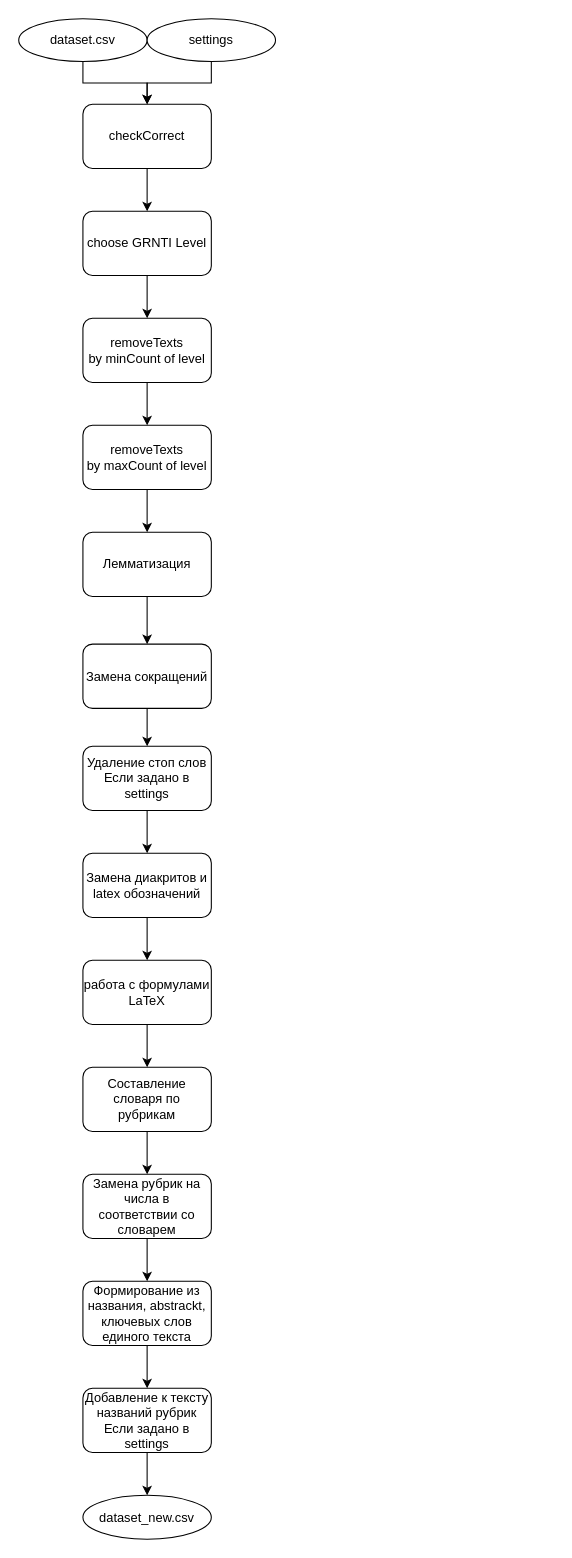
The draw.io diagram page "Предобработка" (2 of 5) of architecture.drawio in vvzunin/GRNTIClass, before the edit. Source tidied: cells renumbered, new cells numbered last; positions are measured from the earlier drawing's top-left corner, leaving out a move shared by most shapes. Both pictures are drawn from the tidied source at 107%, with x=0, y=0 at pixel (18, 18).
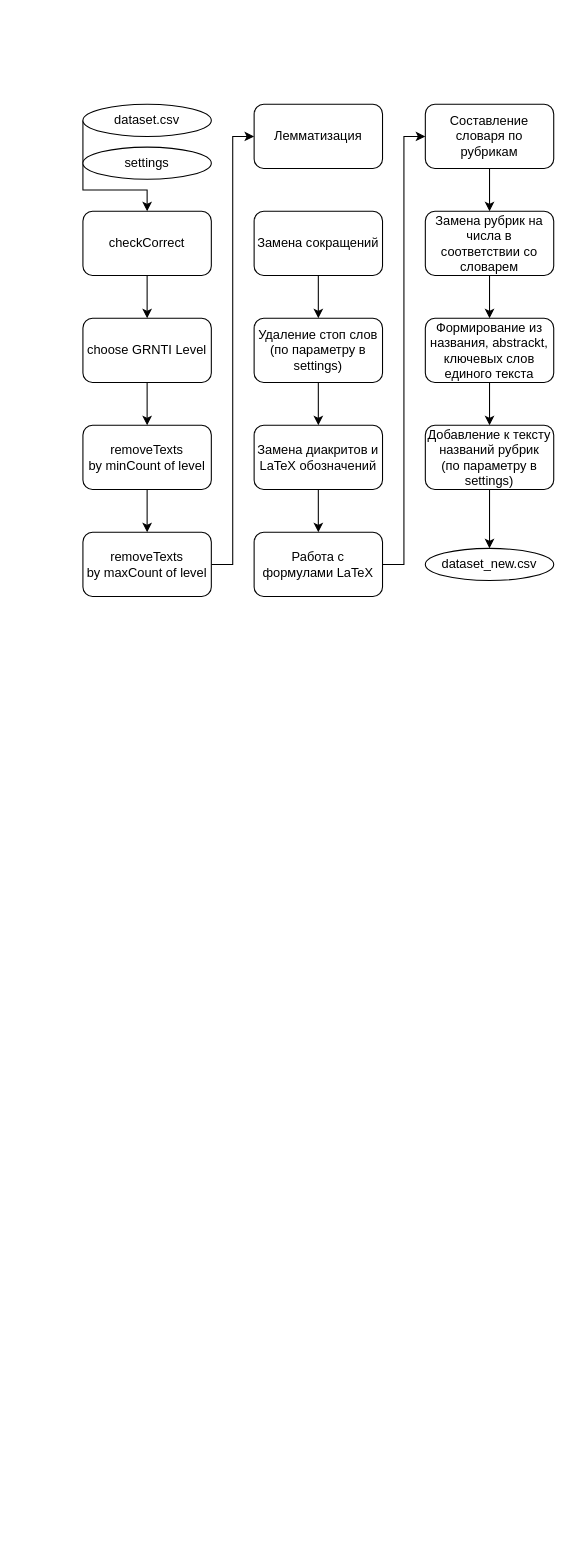
After the change.

Diff of the diagram source:
```diff
@@
     <mxCell id="3" value="checkCorrect" style="rounded=1;whiteSpace=wrap;html=1;" parent="1" vertex="1">
-      <mxGeometry x="60" y="80" width="120" height="60" as="geometry" />
+      <mxGeometry x="60" y="180" width="120" height="60" as="geometry" />
     </mxCell>
     <mxCell id="4" style="edgeStyle=orthogonalEdgeStyle;rounded=0;jettySize=auto;html=1;" parent="1" edge="1" source="5" target="3">
-      <mxGeometry relative="1" as="geometry" />
+      <mxGeometry relative="1" as="geometry">
+        <Array as="points">
+          <mxPoint x="60" y="160" />
+          <mxPoint x="120" y="160" />
+        </Array>
+      </mxGeometry>
     </mxCell>
     <mxCell id="5" value="dataset.csv" style="ellipse;whiteSpace=wrap;html=1;" parent="1" vertex="1">
-      <mxGeometry width="120" height="40" as="geometry" />
+      <mxGeometry x="60" y="80" width="120" height="30" as="geometry" />
     </mxCell>
@@
     <mxCell id="7" value="choose GRNTI Level" style="rounded=1;whiteSpace=wrap;html=1;" parent="1" vertex="1">
-      <mxGeometry x="60" y="180" width="120" height="60" as="geometry" />
+      <mxGeometry x="60" y="280" width="120" height="60" as="geometry" />
     </mxCell>
@@
     <mxCell id="9" value="removeTexts&lt;div&gt;by minCount of level&lt;/div&gt;" style="rounded=1;whiteSpace=wrap;html=1;" parent="1" vertex="1">
-      <mxGeometry x="60" y="280" width="120" height="60" as="geometry" />
+      <mxGeometry x="60" y="380" width="120" height="60" as="geometry" />
     </mxCell>
     <mxCell id="10" style="edgeStyle=orthogonalEdgeStyle;rounded=0;jettySize=auto;html=1;" parent="1" edge="1" source="11" target="13">
-      <mxGeometry relative="1" as="geometry" />
+      <mxGeometry relative="1" as="geometry">
+        <Array as="points">
+          <mxPoint x="200" y="510" />
+          <mxPoint x="200" y="110" />
+        </Array>
+      </mxGeometry>
     </mxCell>
     <mxCell id="11" value="removeTexts&lt;div&gt;by maxCount of level&lt;/div&gt;" style="rounded=1;whiteSpace=wrap;html=1;" parent="1" vertex="1">
-      <mxGeometry x="60" y="380" width="120" height="60" as="geometry" />
+      <mxGeometry x="60" y="480" width="120" height="60" as="geometry" />
     </mxCell>
-    <mxCell id="12" style="edgeStyle=orthogonalEdgeStyle;rounded=0;jettySize=auto;html=1;" parent="1" edge="1" source="13" target="15">
-      <mxGeometry relative="1" as="geometry" />
-    </mxCell>
     <mxCell id="13" value="Лемматизация" style="rounded=1;whiteSpace=wrap;html=1;" parent="1" vertex="1">
-      <mxGeometry x="60" y="480" width="120" height="60" as="geometry" />
+      <mxGeometry x="220" y="80" width="120" height="60" as="geometry" />
     </mxCell>
@@
     <mxCell id="15" value="Замена сокращений" style="rounded=1;whiteSpace=wrap;html=1;" parent="1" vertex="1">
-      <mxGeometry x="60" y="584.5" width="120" height="60" as="geometry" />
+      <mxGeometry x="220" y="180" width="120" height="60" as="geometry" />
     </mxCell>
@@
-    <mxCell id="17" value="Удаление стоп слов&lt;div&gt;Если задано в settings&lt;/div&gt;" style="rounded=1;whiteSpace=wrap;html=1;" parent="1" vertex="1">
-      <mxGeometry x="60" y="680" width="120" height="60" as="geometry" />
+    <mxCell id="17" value="Удаление стоп слов&lt;div&gt;(по параметру в settings)&lt;/div&gt;" style="rounded=1;whiteSpace=wrap;html=1;" parent="1" vertex="1">
+      <mxGeometry x="220" y="280" width="120" height="60" as="geometry" />
     </mxCell>
     <mxCell id="18" style="edgeStyle=orthogonalEdgeStyle;rounded=0;jettySize=auto;html=1;" parent="1" edge="1" source="19" target="21">
-      <mxGeometry relative="1" as="geometry" />
+      <mxGeometry relative="1" as="geometry">
+        <Array as="points">
+          <mxPoint x="440" y="140" />
+          <mxPoint x="440" y="140" />
+        </Array>
+      </mxGeometry>
     </mxCell>
     <mxCell id="19" value="Составление словаря по рубрикам" style="rounded=1;whiteSpace=wrap;html=1;" parent="1" vertex="1">
-      <mxGeometry x="60" y="980" width="120" height="60" as="geometry" />
+      <mxGeometry x="380" y="80" width="120" height="60" as="geometry" />
     </mxCell>
@@
     <mxCell id="21" value="Замена рубрик на числа в соответствии со словарем" style="rounded=1;whiteSpace=wrap;html=1;" parent="1" vertex="1">
-      <mxGeometry x="60" y="1080" width="120" height="60" as="geometry" />
+      <mxGeometry x="380" y="180" width="120" height="60" as="geometry" />
     </mxCell>
@@
     <mxCell id="23" value="Формирование из названия, abstrackt, ключевых слов единого текста" style="rounded=1;whiteSpace=wrap;html=1;" parent="1" vertex="1">
-      <mxGeometry x="60" y="1180" width="120" height="60" as="geometry" />
+      <mxGeometry x="380" y="280" width="120" height="60" as="geometry" />
     </mxCell>
@@
-    <mxCell id="25" value="Добавление к тексту названий рубрик&lt;div&gt;Если задано в settings&lt;/div&gt;" style="rounded=1;whiteSpace=wrap;html=1;" parent="1" vertex="1">
-      <mxGeometry x="60" y="1280" width="120" height="60" as="geometry" />
+    <mxCell id="25" value="Добавление к тексту названий рубрик&lt;div&gt;(по параметру в settings)&lt;br&gt;&lt;/div&gt;" style="rounded=1;whiteSpace=wrap;html=1;" parent="1" vertex="1">
+      <mxGeometry x="380" y="380" width="120" height="60" as="geometry" />
     </mxCell>
     <mxCell id="26" value="dataset_new.csv" style="ellipse;whiteSpace=wrap;html=1;" parent="1" vertex="1">
-      <mxGeometry x="60" y="1380" width="120" height="41" as="geometry" />
+      <mxGeometry x="380" y="495" width="120" height="30" as="geometry" />
     </mxCell>
-    <mxCell id="27" style="edgeStyle=orthogonalEdgeStyle;rounded=0;jettySize=auto;html=1;" parent="1" edge="1" source="28" target="3">
-      <mxGeometry relative="1" as="geometry" />
-    </mxCell>
     <mxCell id="28" value="settings" style="ellipse;whiteSpace=wrap;html=1;" parent="1" vertex="1">
-      <mxGeometry x="120" width="120" height="40" as="geometry" />
+      <mxGeometry x="60" y="120" width="120" height="30" as="geometry" />
     </mxCell>
@@
-    <mxCell id="30" value="Замена диакритов и latex обозначений" style="rounded=1;whiteSpace=wrap;html=1;" parent="1" vertex="1">
-      <mxGeometry x="60" y="780" width="120" height="60" as="geometry" />
+    <mxCell id="30" value="Замена диакритов и LaTeX обозначений" style="rounded=1;whiteSpace=wrap;html=1;" parent="1" vertex="1">
+      <mxGeometry x="220" y="380" width="120" height="60" as="geometry" />
     </mxCell>
     <mxCell id="31" style="edgeStyle=orthogonalEdgeStyle;rounded=0;jettySize=auto;html=1;" parent="1" edge="1" source="32" target="19">
-      <mxGeometry relative="1" as="geometry" />
+      <mxGeometry relative="1" as="geometry">
+        <Array as="points">
+          <mxPoint x="360" y="510" />
+          <mxPoint x="360" y="110" />
+        </Array>
+      </mxGeometry>
     </mxCell>
-    <mxCell id="32" value="работа с формулами LaTeX" style="rounded=1;whiteSpace=wrap;html=1;" parent="1" vertex="1">
-      <mxGeometry x="60" y="880" width="120" height="60" as="geometry" />
+    <mxCell id="32" value="Работа с формулами LaTeX" style="rounded=1;whiteSpace=wrap;html=1;" parent="1" vertex="1">
+      <mxGeometry x="220" y="480" width="120" height="60" as="geometry" />
     </mxCell>
```
